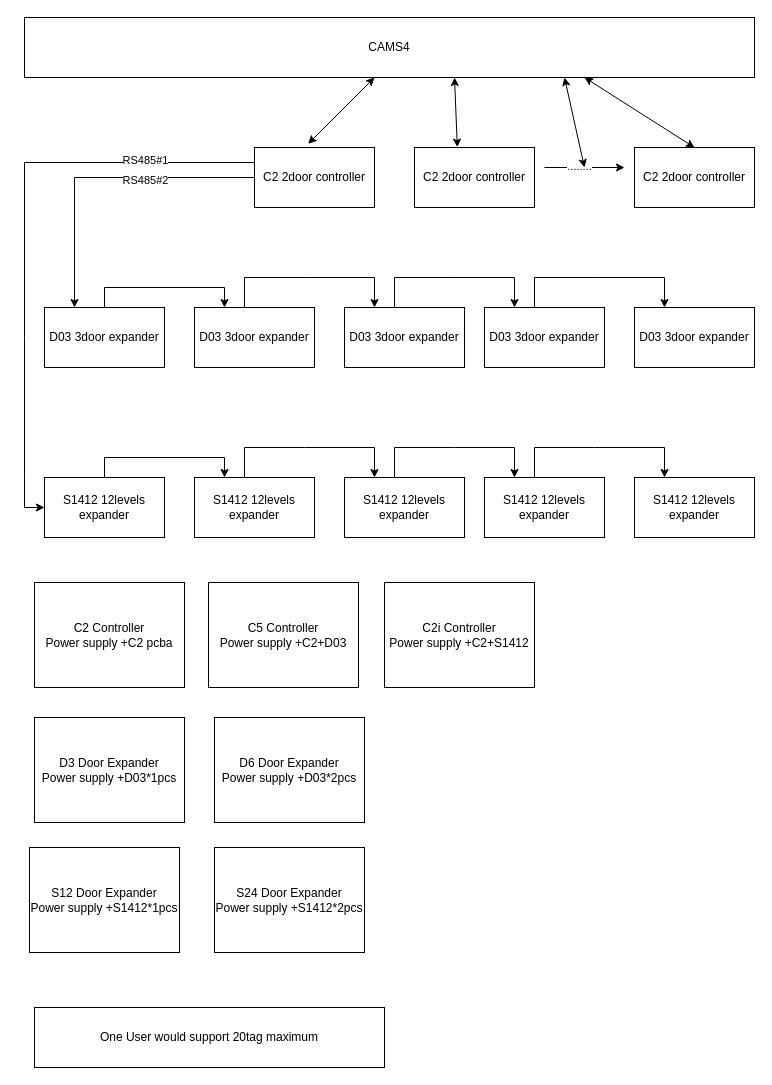
Above: C2PLUX.drawio in martinook/draw.io (draw.io), before the change. Source tidied: cells renumbered, new cells numbered last; positions are measured from the earlier drawing's top-left corner, leaving out a move shared by most shapes. Both pictures are drawn from the tidied source at 100%, with x=0, y=0 at pixel (24, 17).
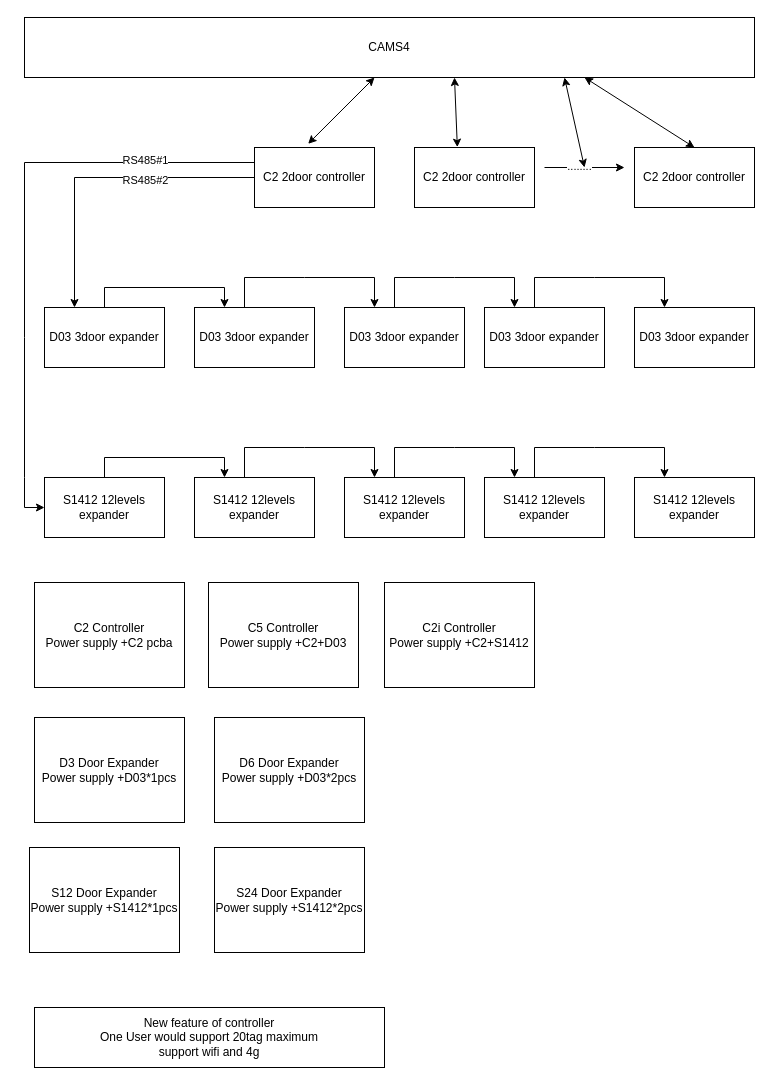
After the change.

The edit, as a diff of the source:
```diff
@@
-    <mxCell id="41" value="One User would support 20tag maximum" style="rounded=0;whiteSpace=wrap;html=1;" parent="1" vertex="1">
+    <mxCell id="41" value="&lt;div&gt;New feature of controller&lt;/div&gt;One User would support 20tag maximum&lt;div&gt;support wifi and 4g&lt;/div&gt;" style="rounded=0;whiteSpace=wrap;html=1;" parent="1" vertex="1">
       <mxGeometry x="10" y="990" width="350" height="60" as="geometry" />
     </mxCell>
```
